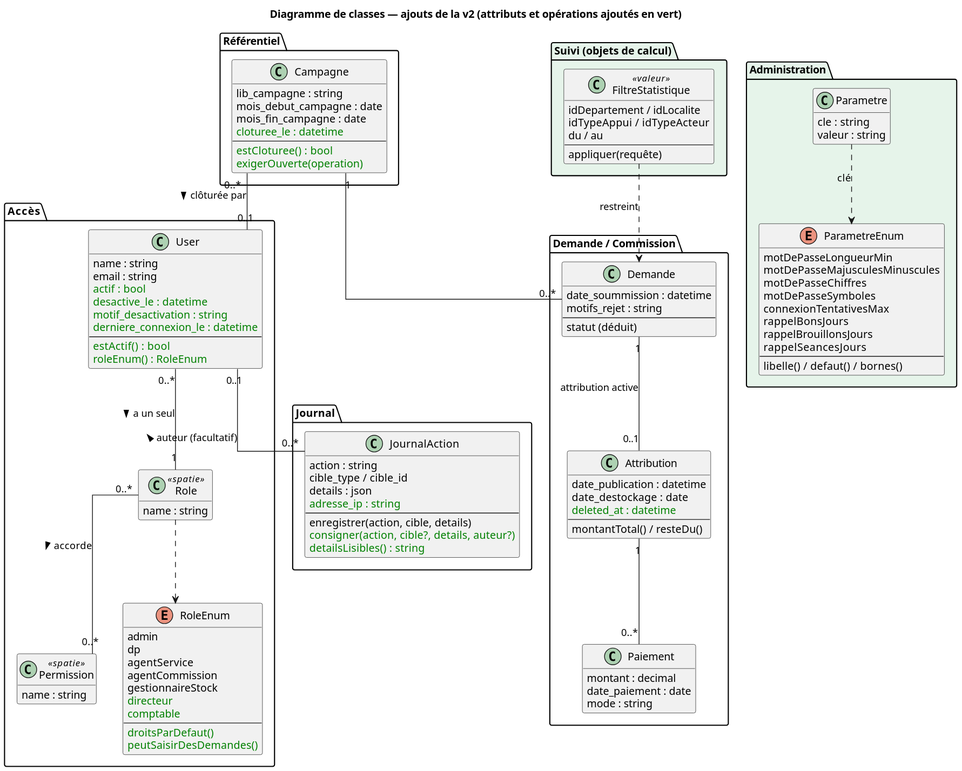
Earlier version of the PlantUML export docs/v2/classes/classes_v2.svg (marasse-codec/ORYZAPP).
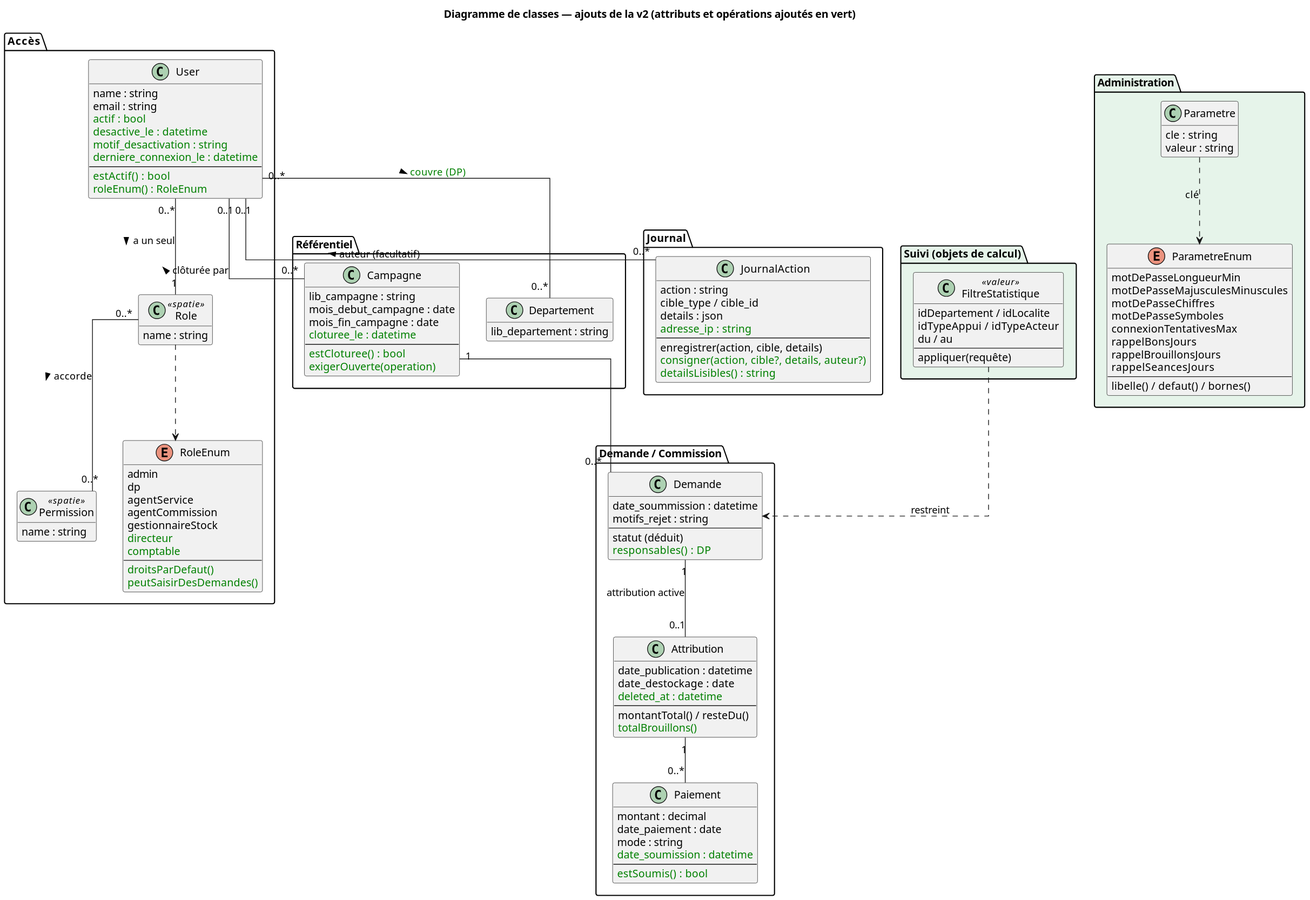
After the commit.

What changed in the source:
```diff
@@ -59,6 +59,9 @@
 }
 
 package "Référentiel" {
+    class Departement {
+        lib_departement : string
+    }
     class Campagne {
         lib_campagne : string
         mois_debut_campagne : date
@@ -76,6 +79,7 @@
         motifs_rejet : string
         --
         statut (déduit)
+        <color:green>responsables() : DP</color>
     }
     class Attribution {
         date_publication : datetime
@@ -83,11 +87,15 @@
         <color:green>deleted_at : datetime</color>
         --
         montantTotal() / resteDu()
+        <color:green>totalBrouillons()</color>
     }
     class Paiement {
         montant : decimal
         date_paiement : date
         mode : string
+        <color:green>date_soumission : datetime</color>
+        --
+        <color:green>estSoumis() : bool</color>
     }
 }
 
@@ -119,6 +127,7 @@
 Role ..> RoleEnum
 User "0..1" -- "0..*" JournalAction : auteur (facultatif) <
 Parametre ..> ParametreEnum : clé
+User "0..*" -- "0..*" Departement : <color:green>couvre (DP)</color> >
 Campagne "1" -- "0..*" Demande
 Campagne "0..*" -- "0..1" User : clôturée par >
 Demande "1" -- "0..1" Attribution : attribution active
```
